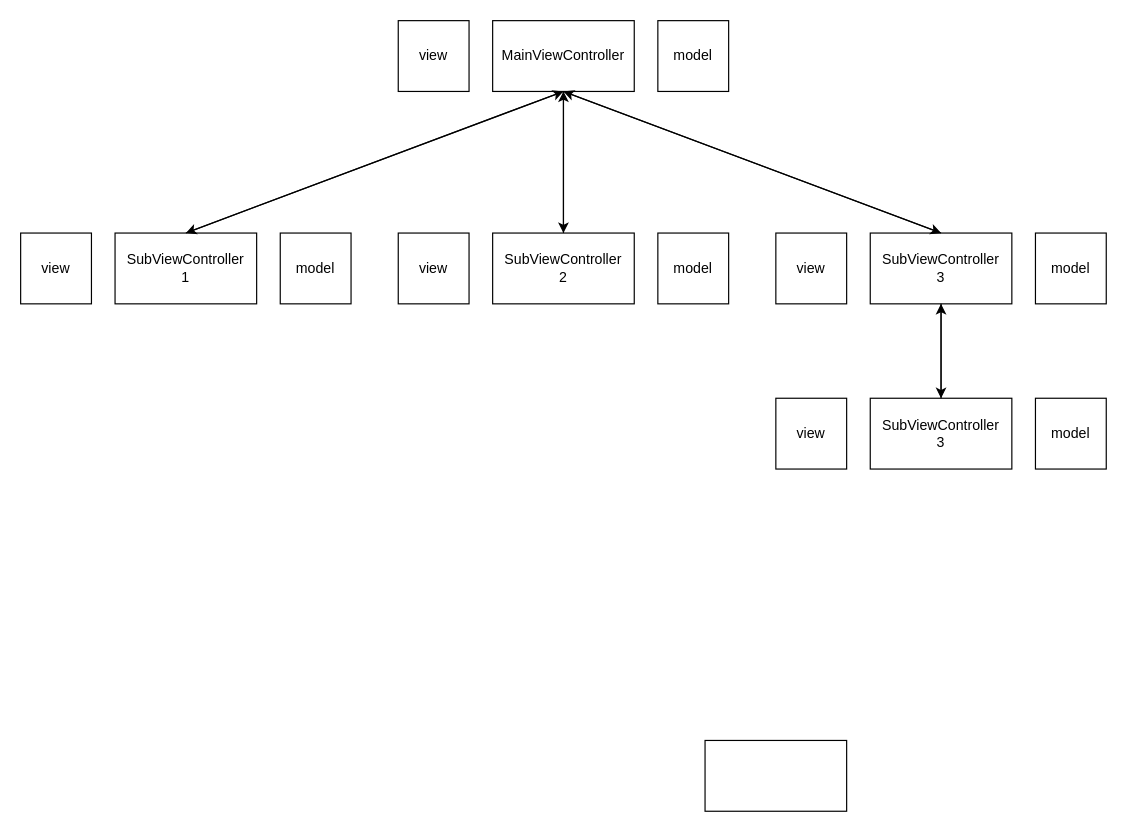
Earlier version of the draw.io diagram page "Seite-4" (3 of 3) of documentation/diagrams/use-case-diagram.drawio (smoothjass/swen2-project). Source tidied: cells renumbered, new cells numbered last; positions are measured from the earlier drawing's top-left corner, leaving out a move shared by most shapes. Both pictures are drawn from the tidied source at 118%, with x=0, y=0 at pixel (20, 20).
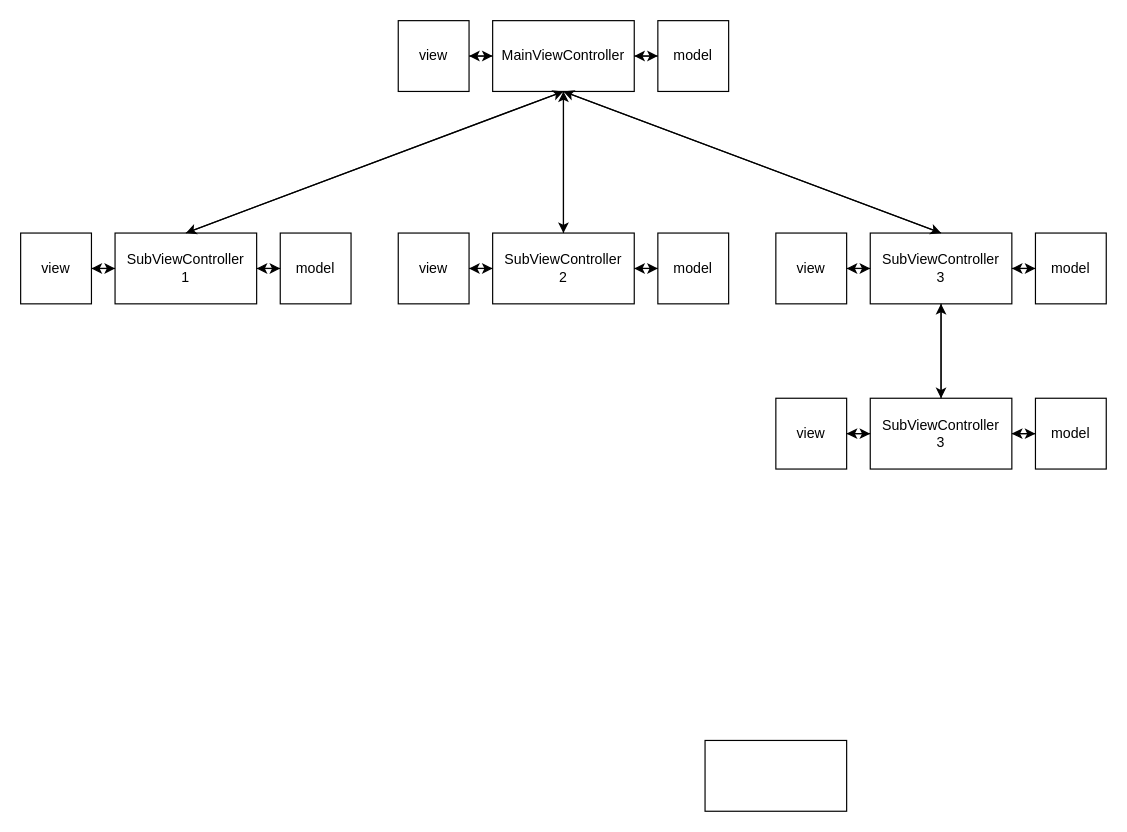
After the change.

Commit message (it also covers changes not shown here):
- protocol - diagrams

The change refers to these unchanged cells:
```xml
<mxCell id="5" value="MainViewController" style="rounded=0;whiteSpace=wrap;html=1;strokeColor=default;fillColor=none;" parent="1" vertex="1">
  <mxGeometry x="400" width="120" height="60" as="geometry" />
</mxCell>
<mxCell id="8" value="SubViewController&lt;br style=&quot;border-color: var(--border-color);&quot;&gt;3" style="rounded=0;whiteSpace=wrap;html=1;strokeColor=default;fillColor=none;" parent="1" vertex="1">
  <mxGeometry x="720" y="180" width="120" height="60" as="geometry" />
</mxCell>
<mxCell id="10" value="SubViewController&lt;br&gt;2" style="rounded=0;whiteSpace=wrap;html=1;strokeColor=default;fillColor=none;" parent="1" vertex="1">
  <mxGeometry x="400" y="180" width="120" height="60" as="geometry" />
</mxCell>
<mxCell id="12" value="SubViewController&lt;br style=&quot;border-color: var(--border-color);&quot;&gt;1" style="rounded=0;whiteSpace=wrap;html=1;strokeColor=default;fillColor=none;" parent="1" vertex="1">
  <mxGeometry x="80" y="180" width="120" height="60" as="geometry" />
</mxCell>
<mxCell id="14" value="view" style="rounded=0;whiteSpace=wrap;html=1;strokeColor=default;fillColor=none;" parent="1" vertex="1">
  <mxGeometry x="320" width="60" height="60" as="geometry" />
</mxCell>
<mxCell id="15" value="model" style="rounded=0;whiteSpace=wrap;html=1;strokeColor=default;fillColor=none;" parent="1" vertex="1">
  <mxGeometry x="540" width="60" height="60" as="geometry" />
</mxCell>
<mxCell id="16" value="view" style="rounded=0;whiteSpace=wrap;html=1;strokeColor=default;fillColor=none;" parent="1" vertex="1">
  <mxGeometry x="320" y="180" width="60" height="60" as="geometry" />
</mxCell>
<mxCell id="17" value="model" style="rounded=0;whiteSpace=wrap;html=1;strokeColor=default;fillColor=none;" parent="1" vertex="1">
  <mxGeometry x="540" y="180" width="60" height="60" as="geometry" />
</mxCell>
<mxCell id="18" value="view" style="rounded=0;whiteSpace=wrap;html=1;strokeColor=default;fillColor=none;" parent="1" vertex="1">
  <mxGeometry y="180" width="60" height="60" as="geometry" />
</mxCell>
<mxCell id="19" value="model" style="rounded=0;whiteSpace=wrap;html=1;strokeColor=default;fillColor=none;" parent="1" vertex="1">
  <mxGeometry x="220" y="180" width="60" height="60" as="geometry" />
</mxCell>
<mxCell id="20" value="view" style="rounded=0;whiteSpace=wrap;html=1;strokeColor=default;fillColor=none;" parent="1" vertex="1">
  <mxGeometry x="640" y="180" width="60" height="60" as="geometry" />
</mxCell>
<mxCell id="21" value="model" style="rounded=0;whiteSpace=wrap;html=1;strokeColor=default;fillColor=none;" parent="1" vertex="1">
  <mxGeometry x="860" y="180" width="60" height="60" as="geometry" />
</mxCell>
<mxCell id="23" value="SubViewController&lt;br style=&quot;border-color: var(--border-color);&quot;&gt;3" style="rounded=0;whiteSpace=wrap;html=1;strokeColor=default;fillColor=none;" parent="1" vertex="1">
  <mxGeometry x="720" y="320" width="120" height="60" as="geometry" />
</mxCell>
<mxCell id="24" value="view" style="rounded=0;whiteSpace=wrap;html=1;strokeColor=default;fillColor=none;" parent="1" vertex="1">
  <mxGeometry x="640" y="320" width="60" height="60" as="geometry" />
</mxCell>
<mxCell id="25" value="model" style="rounded=0;whiteSpace=wrap;html=1;strokeColor=default;fillColor=none;" parent="1" vertex="1">
  <mxGeometry x="860" y="320" width="60" height="60" as="geometry" />
</mxCell>
```

Diff of the diagram source:
```diff
@@
+    <mxCell id="26" style="edgeStyle=orthogonalEdgeStyle;rounded=0;jettySize=auto;html=1;exitX=0;exitY=0.5;exitDx=0;exitDy=0;entryX=1;entryY=0.5;entryDx=0;entryDy=0;" parent="1" edge="1" source="5" target="14">
+      <mxGeometry relative="1" as="geometry" />
+    </mxCell>
+    <mxCell id="27" style="edgeStyle=orthogonalEdgeStyle;rounded=0;jettySize=auto;html=1;exitX=1;exitY=0.5;exitDx=0;exitDy=0;entryX=0;entryY=0.5;entryDx=0;entryDy=0;" parent="1" edge="1" source="5" target="15">
+      <mxGeometry relative="1" as="geometry" />
+    </mxCell>
@@
+    <mxCell id="28" style="edgeStyle=orthogonalEdgeStyle;rounded=0;jettySize=auto;html=1;exitX=0;exitY=0.5;exitDx=0;exitDy=0;entryX=1;entryY=0.5;entryDx=0;entryDy=0;" parent="1" edge="1" source="8" target="20">
+      <mxGeometry relative="1" as="geometry" />
+    </mxCell>
+    <mxCell id="29" style="edgeStyle=orthogonalEdgeStyle;rounded=0;jettySize=auto;html=1;exitX=1;exitY=0.5;exitDx=0;exitDy=0;entryX=0;entryY=0.5;entryDx=0;entryDy=0;" parent="1" edge="1" source="8" target="21">
+      <mxGeometry relative="1" as="geometry" />
+    </mxCell>
@@
+    <mxCell id="30" style="edgeStyle=orthogonalEdgeStyle;rounded=0;jettySize=auto;html=1;exitX=0;exitY=0.5;exitDx=0;exitDy=0;entryX=1;entryY=0.5;entryDx=0;entryDy=0;" parent="1" edge="1" source="10" target="16">
+      <mxGeometry relative="1" as="geometry" />
+    </mxCell>
+    <mxCell id="31" style="edgeStyle=orthogonalEdgeStyle;rounded=0;jettySize=auto;html=1;exitX=1;exitY=0.5;exitDx=0;exitDy=0;entryX=0;entryY=0.5;entryDx=0;entryDy=0;" parent="1" edge="1" source="10" target="17">
+      <mxGeometry relative="1" as="geometry" />
+    </mxCell>
@@
+    <mxCell id="32" style="edgeStyle=orthogonalEdgeStyle;rounded=0;jettySize=auto;html=1;exitX=0;exitY=0.5;exitDx=0;exitDy=0;entryX=1;entryY=0.5;entryDx=0;entryDy=0;" parent="1" edge="1" source="12" target="18">
+      <mxGeometry relative="1" as="geometry" />
+    </mxCell>
+    <mxCell id="33" style="edgeStyle=orthogonalEdgeStyle;rounded=0;jettySize=auto;html=1;exitX=1;exitY=0.5;exitDx=0;exitDy=0;entryX=0;entryY=0.5;entryDx=0;entryDy=0;" parent="1" edge="1" source="12" target="19">
+      <mxGeometry relative="1" as="geometry" />
+    </mxCell>
@@
+    <mxCell id="34" style="edgeStyle=orthogonalEdgeStyle;rounded=0;jettySize=auto;html=1;exitX=1;exitY=0.5;exitDx=0;exitDy=0;entryX=0;entryY=0.5;entryDx=0;entryDy=0;" parent="1" edge="1" source="14" target="5">
+      <mxGeometry relative="1" as="geometry" />
+    </mxCell>
@@
+    <mxCell id="35" style="edgeStyle=orthogonalEdgeStyle;rounded=0;jettySize=auto;html=1;exitX=0;exitY=0.5;exitDx=0;exitDy=0;entryX=1;entryY=0.5;entryDx=0;entryDy=0;" parent="1" edge="1" source="15" target="5">
+      <mxGeometry relative="1" as="geometry" />
+    </mxCell>
@@
+    <mxCell id="36" style="edgeStyle=orthogonalEdgeStyle;rounded=0;jettySize=auto;html=1;exitX=1;exitY=0.5;exitDx=0;exitDy=0;entryX=0;entryY=0.5;entryDx=0;entryDy=0;" parent="1" edge="1" source="16" target="10">
+      <mxGeometry relative="1" as="geometry" />
+    </mxCell>
@@
+    <mxCell id="37" style="edgeStyle=orthogonalEdgeStyle;rounded=0;jettySize=auto;html=1;exitX=0;exitY=0.5;exitDx=0;exitDy=0;entryX=1;entryY=0.5;entryDx=0;entryDy=0;" parent="1" edge="1" source="17" target="10">
+      <mxGeometry relative="1" as="geometry" />
+    </mxCell>
@@
+    <mxCell id="38" style="edgeStyle=orthogonalEdgeStyle;rounded=0;jettySize=auto;html=1;exitX=1;exitY=0.5;exitDx=0;exitDy=0;entryX=0;entryY=0.5;entryDx=0;entryDy=0;" parent="1" edge="1" source="18" target="12">
+      <mxGeometry relative="1" as="geometry" />
+    </mxCell>
@@
+    <mxCell id="39" style="edgeStyle=orthogonalEdgeStyle;rounded=0;jettySize=auto;html=1;exitX=0;exitY=0.5;exitDx=0;exitDy=0;entryX=1;entryY=0.5;entryDx=0;entryDy=0;" parent="1" edge="1" source="19" target="12">
+      <mxGeometry relative="1" as="geometry" />
+    </mxCell>
@@
+    <mxCell id="40" style="edgeStyle=orthogonalEdgeStyle;rounded=0;jettySize=auto;html=1;exitX=1;exitY=0.5;exitDx=0;exitDy=0;entryX=0;entryY=0.5;entryDx=0;entryDy=0;" parent="1" edge="1" source="20" target="8">
+      <mxGeometry relative="1" as="geometry" />
+    </mxCell>
@@
+    <mxCell id="41" style="edgeStyle=orthogonalEdgeStyle;rounded=0;jettySize=auto;html=1;exitX=0;exitY=0.5;exitDx=0;exitDy=0;entryX=1;entryY=0.5;entryDx=0;entryDy=0;" parent="1" edge="1" source="21" target="8">
+      <mxGeometry relative="1" as="geometry" />
+    </mxCell>
@@
+    <mxCell id="42" style="edgeStyle=orthogonalEdgeStyle;rounded=0;jettySize=auto;html=1;exitX=0;exitY=0.5;exitDx=0;exitDy=0;entryX=1;entryY=0.5;entryDx=0;entryDy=0;" parent="1" edge="1" source="23" target="24">
+      <mxGeometry relative="1" as="geometry" />
+    </mxCell>
+    <mxCell id="43" style="edgeStyle=orthogonalEdgeStyle;rounded=0;jettySize=auto;html=1;exitX=1;exitY=0.5;exitDx=0;exitDy=0;entryX=0;entryY=0.5;entryDx=0;entryDy=0;" parent="1" edge="1" source="23" target="25">
+      <mxGeometry relative="1" as="geometry" />
+    </mxCell>
@@
+    <mxCell id="44" style="edgeStyle=orthogonalEdgeStyle;rounded=0;jettySize=auto;html=1;exitX=1;exitY=0.5;exitDx=0;exitDy=0;entryX=0;entryY=0.5;entryDx=0;entryDy=0;" parent="1" edge="1" source="24" target="23">
+      <mxGeometry relative="1" as="geometry" />
+    </mxCell>
@@
+    <mxCell id="45" style="edgeStyle=orthogonalEdgeStyle;rounded=0;jettySize=auto;html=1;exitX=0;exitY=0.5;exitDx=0;exitDy=0;entryX=1;entryY=0.5;entryDx=0;entryDy=0;" parent="1" edge="1" source="25" target="23">
+      <mxGeometry relative="1" as="geometry" />
+    </mxCell>
```
